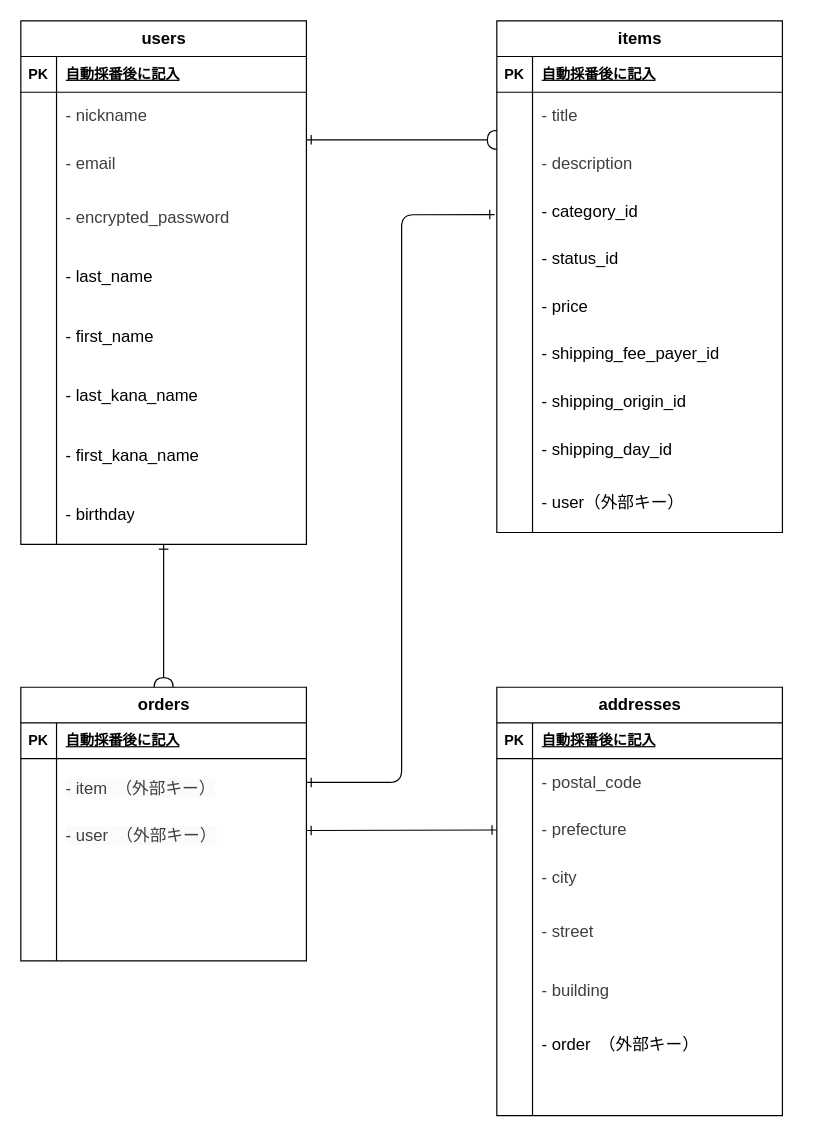
This is furima.dio from wassyprince/furima-46256, a draw.io file, before an edit. Source tidied: cells renumbered, new cells numbered last; positions are measured from the earlier drawing's top-left corner, leaving out a move shared by most shapes. Both pictures are drawn from the tidied source at 119%, with x=0, y=0 at pixel (20, 20).
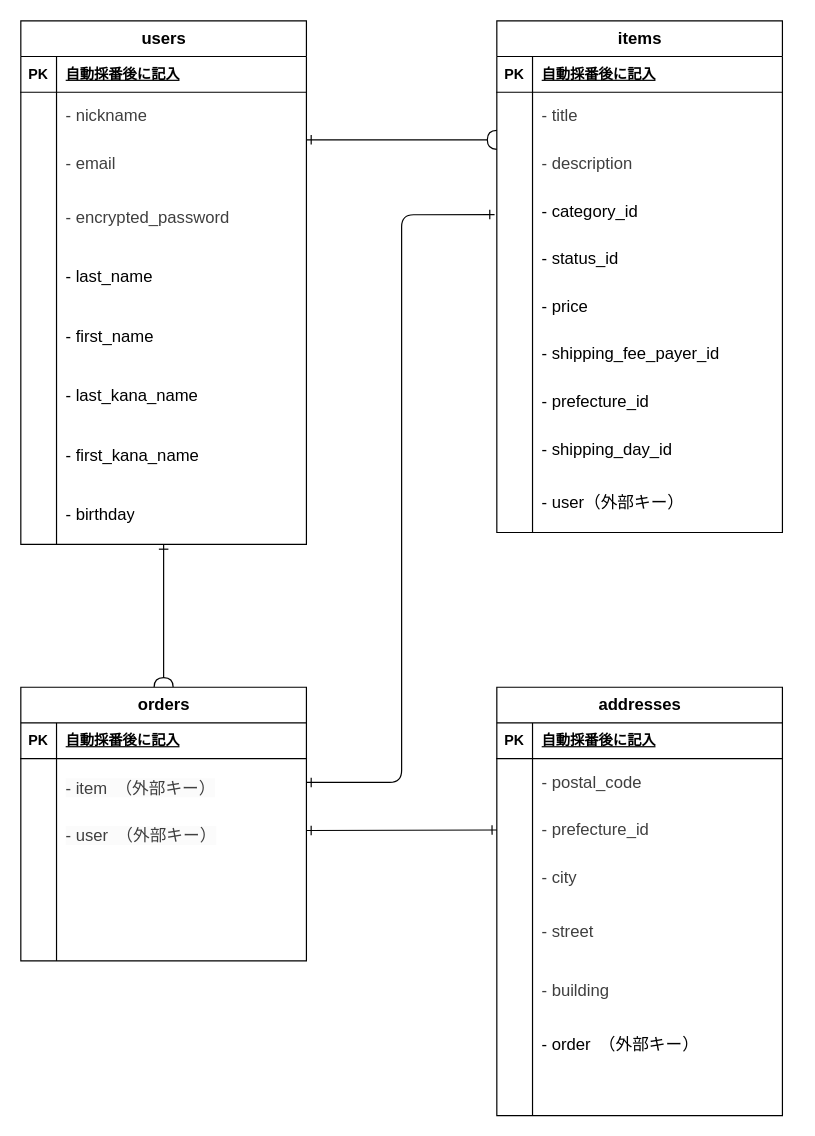
After the change.

Commit message (it also covers changes not shown here):
README記述（修正2回目-2）

Unchanged cells that the change refers to:
```xml
<mxCell id="56" style="shape=tableRow;horizontal=0;startSize=0;swimlaneHead=0;swimlaneBody=0;fillColor=none;top=0;left=0;right=0;bottom=0;" parent="34" vertex="1">
  <mxGeometry y="300" width="240" height="40" as="geometry" />
</mxCell>
<mxCell id="93" style="shape=tableRow;horizontal=0;startSize=0;swimlaneHead=0;swimlaneBody=0;fillColor=none;points=[[0,0.5],[1,0.5]];portConstraint=eastwest;top=0;left=0;right=0;bottom=0;" parent="86" vertex="1">
  <mxGeometry y="100" width="240" height="40" as="geometry" />
</mxCell>
```

The edit, as a diff of the source:
```diff
@@
-    <mxCell id="58" value="&lt;span style=&quot;font-size: 14px;&quot;&gt;- shipping_origin_id&lt;/span&gt;" style="shape=partialRectangle;fillColor=none;top=0;left=0;bottom=0;right=0;align=left;spacingLeft=6;overflow=hidden;whiteSpace=wrap;html=1;" parent="56" vertex="1">
+    <mxCell id="58" value="&lt;span style=&quot;font-size: 14px;&quot;&gt;- prefecture_id&lt;/span&gt;" style="shape=partialRectangle;fillColor=none;top=0;left=0;bottom=0;right=0;align=left;spacingLeft=6;overflow=hidden;whiteSpace=wrap;html=1;" parent="56" vertex="1">
       <mxGeometry x="30" width="210" height="40" as="geometry" />
     </mxCell>
@@
-    <mxCell id="95" value="&lt;span style=&quot;color: rgb(63, 63, 63); font-size: 14px;&quot;&gt;- prefecture&lt;/span&gt;" style="shape=partialRectangle;fillColor=none;top=0;left=0;bottom=0;right=0;align=left;spacingLeft=6;overflow=hidden;whiteSpace=wrap;html=1;" parent="93" vertex="1">
+    <mxCell id="95" value="&lt;span style=&quot;color: rgb(63, 63, 63); font-size: 14px;&quot;&gt;- prefecture_id&lt;/span&gt;" style="shape=partialRectangle;fillColor=none;top=0;left=0;bottom=0;right=0;align=left;spacingLeft=6;overflow=hidden;whiteSpace=wrap;html=1;" parent="93" vertex="1">
       <mxGeometry x="30" width="210" height="40" as="geometry" />
     </mxCell>
```
